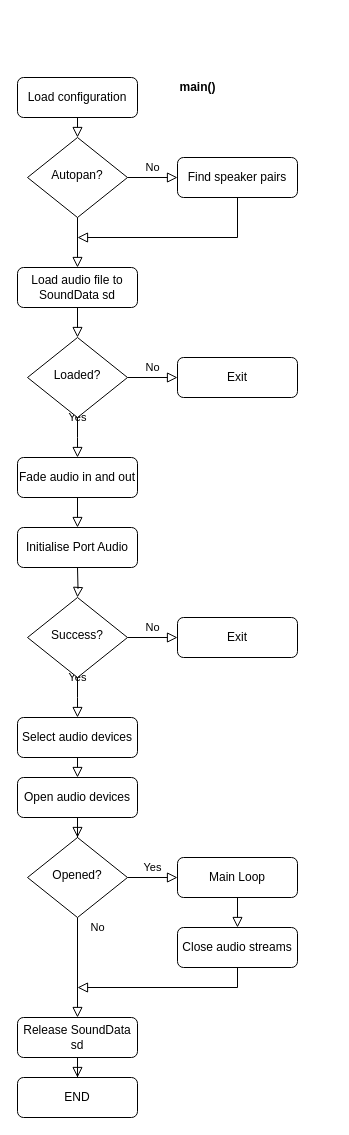
Earlier version of the draw.io diagram page "main()" (1 of 2) of Audio1/diagram.drawio (spatmus/alps). Source tidied: cells renumbered, new cells numbered last; positions are measured from the earlier drawing's top-left corner, leaving out a move shared by most shapes. Both pictures are drawn from the tidied source at 100%, with x=0, y=0 at pixel (17, 77).
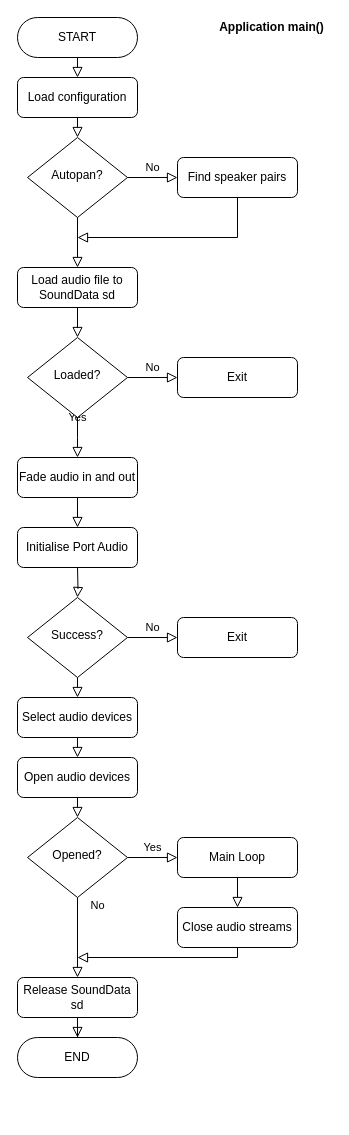
The same page after the edit.

Commit message (it also covers changes not shown here):
Added mainLoop() to the diagram

Unchanged cells that the change refers to:
```xml
<mxCell id="14" value="Load configuration" style="rounded=1;whiteSpace=wrap;html=1;" parent="1" vertex="1">
  <mxGeometry width="120" height="40" as="geometry" />
</mxCell>
<mxCell id="27" value="Success?" style="rhombus;whiteSpace=wrap;html=1;shadow=0;fontFamily=Helvetica;fontSize=12;align=center;strokeWidth=1;spacing=6;spacingTop=-4;" parent="1" vertex="1">
  <mxGeometry x="10" y="520" width="100" height="80" as="geometry" />
</mxCell>
```

The edit, as a diff of the source:
```diff
@@
     <mxCell id="10" value="Opened?" style="rhombus;whiteSpace=wrap;html=1;shadow=0;fontFamily=Helvetica;fontSize=12;align=center;strokeWidth=1;spacing=6;spacingTop=-4;" parent="1" vertex="1">
-      <mxGeometry x="10" y="760" width="100" height="80" as="geometry" />
+      <mxGeometry x="10" y="740" width="100" height="80" as="geometry" />
     </mxCell>
     <mxCell id="11" value="Release SoundData sd" style="rounded=1;whiteSpace=wrap;html=1;fontSize=12;glass=0;strokeWidth=1;shadow=0;" parent="1" vertex="1">
-      <mxGeometry y="940" width="120" height="40" as="geometry" />
+      <mxGeometry y="900" width="120" height="40" as="geometry" />
     </mxCell>
     <mxCell id="12" value="Main Loop" style="rounded=1;whiteSpace=wrap;html=1;fontSize=12;glass=0;strokeWidth=1;shadow=0;" parent="1" vertex="1">
-      <mxGeometry x="160" y="780" width="120" height="40" as="geometry" />
+      <mxGeometry x="160" y="760" width="120" height="40" as="geometry" />
     </mxCell>
@@
-    <mxCell id="16" value="main()" style="text;html=1;align=center;verticalAlign=middle;strokeColor=none;fontStyle=1;" parent="1" vertex="1">
-      <mxGeometry x="155" width="50" height="20" as="geometry" />
+    <mxCell id="16" value="Application main()" style="text;html=1;align=center;verticalAlign=middle;strokeColor=none;fontStyle=1;" parent="1" vertex="1">
+      <mxGeometry x="194" y="-60" width="120" height="20" as="geometry" />
     </mxCell>
@@
-    <mxCell id="25" value="Yes" style="rounded=0;html=1;jettySize=auto;fontSize=11;endArrow=block;endFill=0;endSize=8;strokeWidth=1;shadow=0;labelBackgroundColor=none;edgeStyle=orthogonalEdgeStyle;" parent="1" edge="1" source="27">
-      <mxGeometry y="20" relative="1" as="geometry">
-        <mxPoint x="60" y="640" as="targetPoint" />
-      </mxGeometry>
-    </mxCell>
@@
     <mxCell id="29" value="Select audio devices" style="rounded=1;whiteSpace=wrap;html=1;fontSize=12;glass=0;strokeWidth=1;shadow=0;" parent="1" vertex="1">
-      <mxGeometry y="640" width="120" height="40" as="geometry" />
+      <mxGeometry y="620" width="120" height="40" as="geometry" />
     </mxCell>
     <mxCell id="30" value="Open audio devices" style="rounded=1;whiteSpace=wrap;html=1;fontSize=12;glass=0;strokeWidth=1;shadow=0;" parent="1" vertex="1">
-      <mxGeometry y="700" width="120" height="40" as="geometry" />
+      <mxGeometry y="680" width="120" height="40" as="geometry" />
     </mxCell>
@@
-    <mxCell id="32" style="rounded=0;html=1;jettySize=auto;fontSize=11;endArrow=block;endFill=0;endSize=8;strokeWidth=1;shadow=0;labelBackgroundColor=none;edgeStyle=orthogonalEdgeStyle;exitX=0.5;exitY=1;exitDx=0;exitDy=0;" parent="1" edge="1" source="30" target="10">
-      <mxGeometry relative="1" as="geometry" />
-    </mxCell>
     <mxCell id="33" value="Close audio streams" style="rounded=1;whiteSpace=wrap;html=1;fontSize=12;glass=0;strokeWidth=1;shadow=0;" parent="1" vertex="1">
-      <mxGeometry x="160" y="850" width="120" height="40" as="geometry" />
+      <mxGeometry x="160" y="830" width="120" height="40" as="geometry" />
     </mxCell>
     <mxCell id="34" style="rounded=0;html=1;jettySize=auto;fontSize=11;endArrow=block;endFill=0;endSize=8;strokeWidth=1;shadow=0;labelBackgroundColor=none;edgeStyle=orthogonalEdgeStyle;entryX=0.5;entryY=0;entryDx=0;entryDy=0;" parent="1" edge="1" target="33">
       <mxGeometry relative="1" as="geometry">
-        <mxPoint x="220" y="820" as="sourcePoint" />
+        <mxPoint x="220" y="800" as="sourcePoint" />
       </mxGeometry>
     </mxCell>
     <mxCell id="35" style="rounded=0;html=1;jettySize=auto;fontSize=11;endArrow=block;endFill=0;endSize=8;strokeWidth=1;shadow=0;labelBackgroundColor=none;edgeStyle=orthogonalEdgeStyle;exitX=0.5;exitY=1;exitDx=0;exitDy=0;" parent="1" edge="1" source="33">
       <mxGeometry relative="1" as="geometry">
-        <mxPoint x="60" y="910" as="targetPoint" />
+        <mxPoint x="60" y="880" as="targetPoint" />
         <Array as="points">
-          <mxPoint x="220" y="910" />
+          <mxPoint x="220" y="880" />
+          <mxPoint x="60" y="880" />
         </Array>
       </mxGeometry>
     </mxCell>
-    <mxCell id="36" value="END" style="rounded=1;whiteSpace=wrap;html=1;fontSize=12;glass=0;strokeWidth=1;shadow=0;" parent="1" vertex="1">
-      <mxGeometry y="1000" width="120" height="40" as="geometry" />
+    <mxCell id="36" value="END" style="rounded=1;whiteSpace=wrap;html=1;fontSize=12;glass=0;strokeWidth=1;shadow=0;arcSize=50;" parent="1" vertex="1">
+      <mxGeometry y="960" width="120" height="40" as="geometry" />
     </mxCell>
@@
+    <mxCell id="38" value="START" style="rounded=1;whiteSpace=wrap;html=1;fontSize=12;glass=0;strokeWidth=1;shadow=0;arcSize=50;" parent="1" vertex="1">
+      <mxGeometry y="-60" width="120" height="40" as="geometry" />
+    </mxCell>
+    <mxCell id="39" style="rounded=0;html=1;jettySize=auto;fontSize=11;endArrow=block;endFill=0;endSize=8;strokeWidth=1;shadow=0;labelBackgroundColor=none;edgeStyle=orthogonalEdgeStyle;entryX=0.5;entryY=0;entryDx=0;entryDy=0;exitX=0.5;exitY=1;exitDx=0;exitDy=0;" parent="1" edge="1" source="38" target="14">
+      <mxGeometry relative="1" as="geometry" />
+    </mxCell>
+    <mxCell id="40" style="rounded=0;html=1;jettySize=auto;fontSize=11;endArrow=block;endFill=0;endSize=8;strokeWidth=1;shadow=0;labelBackgroundColor=none;edgeStyle=orthogonalEdgeStyle;entryX=0.5;entryY=0;entryDx=0;entryDy=0;" parent="1" edge="1" target="10">
+      <mxGeometry relative="1" as="geometry">
+        <mxPoint x="60" y="720" as="sourcePoint" />
+      </mxGeometry>
+    </mxCell>
+    <mxCell id="41" style="rounded=0;html=1;jettySize=auto;fontSize=11;endArrow=block;endFill=0;endSize=8;strokeWidth=1;shadow=0;labelBackgroundColor=none;edgeStyle=orthogonalEdgeStyle;exitX=0.5;exitY=1;exitDx=0;exitDy=0;entryX=0.5;entryY=0;entryDx=0;entryDy=0;" parent="1" edge="1" source="27" target="29">
+      <mxGeometry relative="1" as="geometry" />
+    </mxCell>
```
